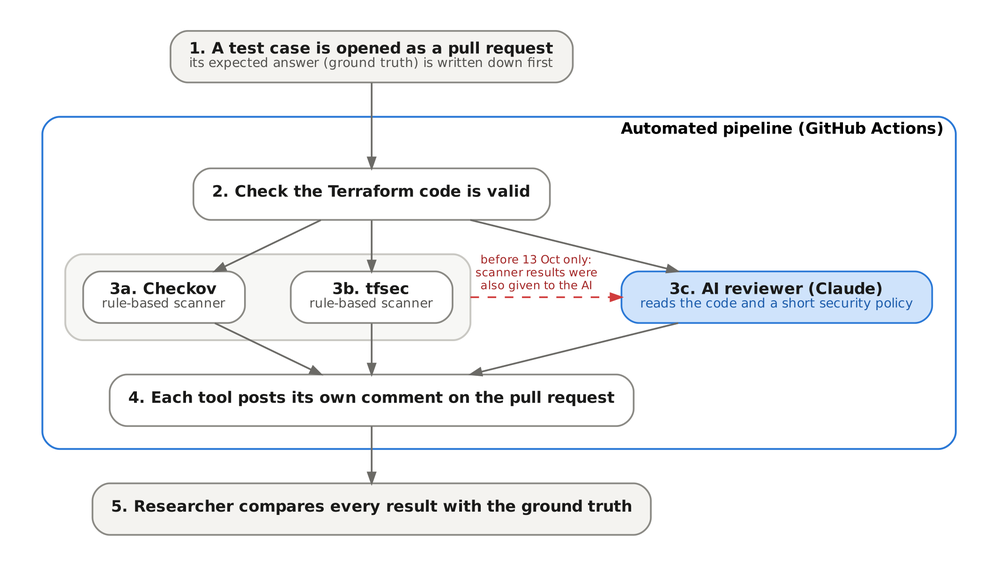
Above: evidence/prom06/figures/fig_architecture.png in abdulwaheed384/ai-pr-review (Graphviz), before the change. Its source is kept beside it as evidence/prom06/figures/fig_architecture.dot.
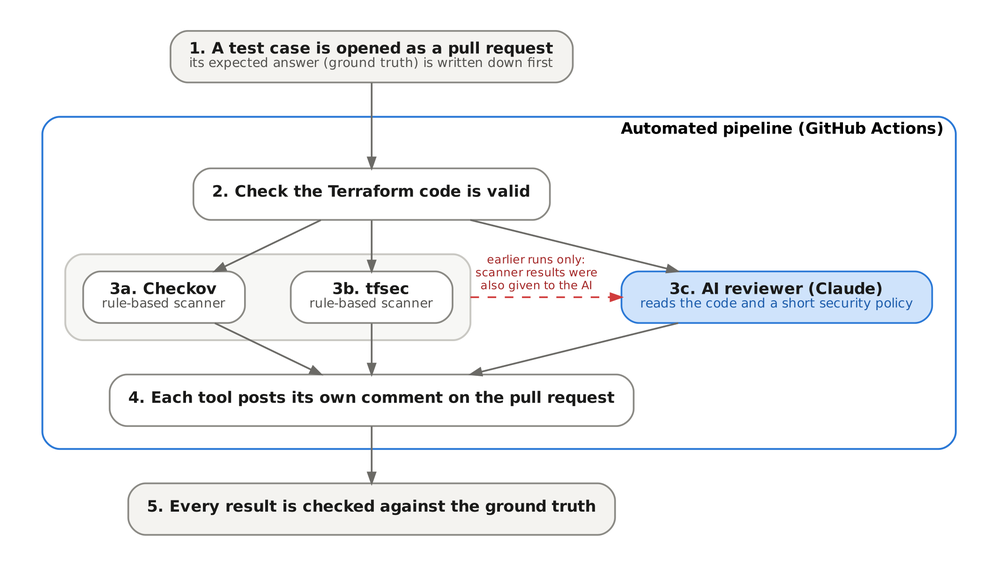
The same file after the commit.

Commit message:
Dissertation v3: first person, dates removed, Harvard et al. fixes, verified DOIs, captions, RQ3 framing; results workbook renamed

Diff of the diagram source:
```diff
@@ -24,10 +24,10 @@
     tf -> ck; tf -> ts; tf -> ai;
     ck -> out; ts -> out; ai -> out;
     ts -> ai [ltail=cluster_scan, style=dashed, color="#d03b3b", fontcolor="#a32626", constraint=false,
-              label=<<font point-size="8.5">before 13 Oct only:<br/>scanner results were<br/>also given to the AI</font>>];
+              label=<<font point-size="8.5">earlier runs only:<br/>scanner results were<br/>also given to the AI</font>>];
   }
 
-  gt [label=<<b>5. Researcher compares every result with the ground truth</b>>, fillcolor="#f4f3f0"];
+  gt [label=<<b>5. Every result is checked against the ground truth</b>>, fillcolor="#f4f3f0"];
 
   pr -> tf; out -> gt;
   {rank=same; ck; ts; ai;}
```
